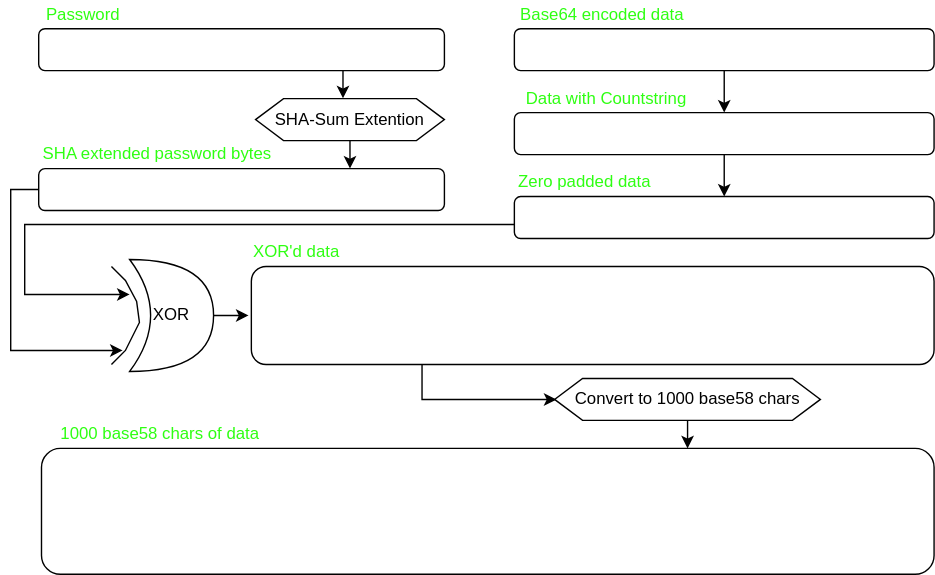
lenron/trustnet keeps this draw.io diagram as aes256cbc/obf_1_encrypt_flowchart.drawio.svg. Above is the earlier version. Source tidied: cells renumbered, new cells last; positions are measured from the earlier drawing's top-left corner, leaving out a move shared by most shapes. Its diagram source:
```xml
<mxGraphModel>
  <root>
    <mxCell id="0" />
    <mxCell id="1" parent="0" />
    <mxCell id="2" style="rounded=1;whiteSpace=wrap;html=1;" parent="1" vertex="1">
      <mxGeometry x="20" y="20" width="290" height="30" as="geometry" />
    </mxCell>
    <mxCell id="3" value="&lt;font style=&quot;color: light-dark(rgb(46, 255, 18), rgb(46, 255, 18));&quot;&gt;Password&lt;/font&gt;" style="text;html=1;align=center;verticalAlign=middle;whiteSpace=wrap;rounded=0;" parent="1" vertex="1">
      <mxGeometry x="22" width="60" height="20" as="geometry" />
    </mxCell>
    <mxCell id="4" value="&lt;font style=&quot;color: light-dark(rgb(46, 255, 18), rgb(46, 255, 18));&quot;&gt;SHA extended password bytes&lt;/font&gt;" style="text;html=1;align=center;verticalAlign=middle;whiteSpace=wrap;rounded=0;" parent="1" vertex="1">
      <mxGeometry x="20" y="100" width="170" height="20" as="geometry" />
    </mxCell>
    <mxCell id="5" style="edgeStyle=orthogonalEdgeStyle;rounded=0;jettySize=auto;html=1;" parent="1" edge="1" source="6">
      <mxGeometry relative="1" as="geometry">
        <mxPoint x="80" y="250" as="targetPoint" />
        <Array as="points">
          <mxPoint y="135" />
        </Array>
      </mxGeometry>
    </mxCell>
    <mxCell id="6" style="rounded=1;whiteSpace=wrap;html=1;" parent="1" vertex="1">
      <mxGeometry x="20" y="120" width="290" height="30" as="geometry" />
    </mxCell>
    <mxCell id="7" style="edgeStyle=orthogonalEdgeStyle;rounded=0;jettySize=auto;html=1;" parent="1" edge="1" source="8">
      <mxGeometry relative="1" as="geometry">
        <mxPoint x="170" y="225" as="targetPoint" />
      </mxGeometry>
    </mxCell>
    <mxCell id="8" value="XOR" style="shape=xor;whiteSpace=wrap;html=1;" parent="1" vertex="1">
      <mxGeometry x="85" y="185" width="60" height="80" as="geometry" />
    </mxCell>
    <mxCell id="9" style="endArrow=none;html=1;rounded=0;" parent="1" edge="1">
      <mxGeometry relative="1" as="geometry">
        <mxPoint x="72" y="260" as="sourcePoint" />
        <mxPoint x="72" y="190" as="targetPoint" />
        <Array as="points">
          <mxPoint x="82" y="250" />
          <mxPoint x="92" y="230" />
          <mxPoint x="90" y="215" />
          <mxPoint x="82" y="200" />
        </Array>
      </mxGeometry>
    </mxCell>
    <mxCell id="10" value="SHA-Sum Extention" style="shape=hexagon;perimeter=hexagonPerimeter2;whiteSpace=wrap;html=1;fixedSize=1;" parent="1" vertex="1">
      <mxGeometry x="175" y="70" width="135" height="30" as="geometry" />
    </mxCell>
    <mxCell id="11" style="edgeStyle=orthogonalEdgeStyle;rounded=0;jettySize=auto;html=1;entryX=0.768;entryY=0.009;entryDx=0;entryDy=0;entryPerimeter=0;" parent="1" edge="1" source="10" target="6">
      <mxGeometry relative="1" as="geometry" />
    </mxCell>
    <mxCell id="12" style="edgeStyle=orthogonalEdgeStyle;rounded=0;jettySize=auto;html=1;entryX=0.5;entryY=0;entryDx=0;entryDy=0;" parent="1" edge="1" source="13" target="16">
      <mxGeometry relative="1" as="geometry" />
    </mxCell>
    <mxCell id="13" style="rounded=1;whiteSpace=wrap;html=1;" parent="1" vertex="1">
      <mxGeometry x="360" y="20" width="300" height="30" as="geometry" />
    </mxCell>
    <mxCell id="14" value="&lt;font style=&quot;color: light-dark(rgb(46, 255, 18), rgb(46, 255, 18));&quot;&gt;Base64 encoded data&lt;/font&gt;" style="text;html=1;align=center;verticalAlign=middle;whiteSpace=wrap;rounded=0;" parent="1" vertex="1">
      <mxGeometry x="360" width="125.5" height="20" as="geometry" />
    </mxCell>
    <mxCell id="15" style="edgeStyle=orthogonalEdgeStyle;rounded=0;jettySize=auto;html=1;entryX=0.5;entryY=0;entryDx=0;entryDy=0;" parent="1" edge="1" source="16" target="19">
      <mxGeometry relative="1" as="geometry" />
    </mxCell>
    <mxCell id="16" style="rounded=1;whiteSpace=wrap;html=1;" parent="1" vertex="1">
      <mxGeometry x="360" y="80" width="300" height="30" as="geometry" />
    </mxCell>
    <mxCell id="17" value="&lt;font style=&quot;color: light-dark(rgb(46, 255, 18), rgb(46, 255, 18));&quot;&gt;Data with Countstring&lt;/font&gt;" style="text;html=1;align=center;verticalAlign=middle;whiteSpace=wrap;rounded=0;" parent="1" vertex="1">
      <mxGeometry x="362.5" y="60" width="125.5" height="20" as="geometry" />
    </mxCell>
    <mxCell id="18" style="edgeStyle=orthogonalEdgeStyle;rounded=0;jettySize=auto;html=1;" parent="1" edge="1" source="19" target="8">
      <mxGeometry relative="1" as="geometry">
        <Array as="points">
          <mxPoint x="10" y="160" />
          <mxPoint x="10" y="210" />
        </Array>
      </mxGeometry>
    </mxCell>
    <mxCell id="19" style="rounded=1;whiteSpace=wrap;html=1;" parent="1" vertex="1">
      <mxGeometry x="360" y="140" width="300" height="30" as="geometry" />
    </mxCell>
    <mxCell id="20" value="&lt;font style=&quot;color: light-dark(rgb(46, 255, 18), rgb(46, 255, 18));&quot;&gt;Zero padded data&lt;/font&gt;" style="text;html=1;align=center;verticalAlign=middle;whiteSpace=wrap;rounded=0;" parent="1" vertex="1">
      <mxGeometry x="361.2" y="120" width="98.8" height="20" as="geometry" />
    </mxCell>
    <mxCell id="21" style="edgeStyle=orthogonalEdgeStyle;rounded=0;jettySize=auto;html=1;exitX=0.75;exitY=1;exitDx=0;exitDy=0;entryX=0.463;entryY=-0.007;entryDx=0;entryDy=0;entryPerimeter=0;" parent="1" edge="1" source="2" target="10">
      <mxGeometry relative="1" as="geometry" />
    </mxCell>
    <mxCell id="22" style="edgeStyle=orthogonalEdgeStyle;rounded=0;jettySize=auto;html=1;exitX=0.25;exitY=1;exitDx=0;exitDy=0;entryX=0.007;entryY=0.502;entryDx=0;entryDy=0;entryPerimeter=0;" parent="1" edge="1" source="23" target="25">
      <mxGeometry relative="1" as="geometry">
        <Array as="points">
          <mxPoint x="294" y="285" />
        </Array>
      </mxGeometry>
    </mxCell>
    <mxCell id="23" style="rounded=1;whiteSpace=wrap;html=1;" parent="1" vertex="1">
      <mxGeometry x="172" y="190" width="488" height="70" as="geometry" />
    </mxCell>
    <mxCell id="24" value="&lt;font style=&quot;color: light-dark(rgb(46, 255, 18), rgb(46, 255, 18));&quot;&gt;XOR'd data&lt;/font&gt;" style="text;html=1;align=center;verticalAlign=middle;whiteSpace=wrap;rounded=0;" parent="1" vertex="1">
      <mxGeometry x="172" y="170" width="65" height="20" as="geometry" />
    </mxCell>
    <mxCell id="25" value="Convert to 1000 base58 chars" style="shape=hexagon;perimeter=hexagonPerimeter2;whiteSpace=wrap;html=1;fixedSize=1;" parent="1" vertex="1">
      <mxGeometry x="388.8" y="270" width="190" height="30" as="geometry" />
    </mxCell>
    <mxCell id="26" style="rounded=1;whiteSpace=wrap;html=1;" parent="1" vertex="1">
      <mxGeometry x="22" y="320" width="638" height="90" as="geometry" />
    </mxCell>
    <mxCell id="27" style="edgeStyle=orthogonalEdgeStyle;rounded=0;jettySize=auto;html=1;entryX=0.724;entryY=0;entryDx=0;entryDy=0;entryPerimeter=0;" parent="1" edge="1" source="25" target="26">
      <mxGeometry relative="1" as="geometry" />
    </mxCell>
    <mxCell id="28" value="&lt;font style=&quot;color: light-dark(rgb(46, 255, 18), rgb(46, 255, 18));&quot;&gt;1000 base58 chars of data&lt;/font&gt;" style="text;html=1;align=center;verticalAlign=middle;whiteSpace=wrap;rounded=0;" parent="1" vertex="1">
      <mxGeometry x="32.5" y="300" width="147.5" height="20" as="geometry" />
    </mxCell>
  </root>
</mxGraphModel>
```
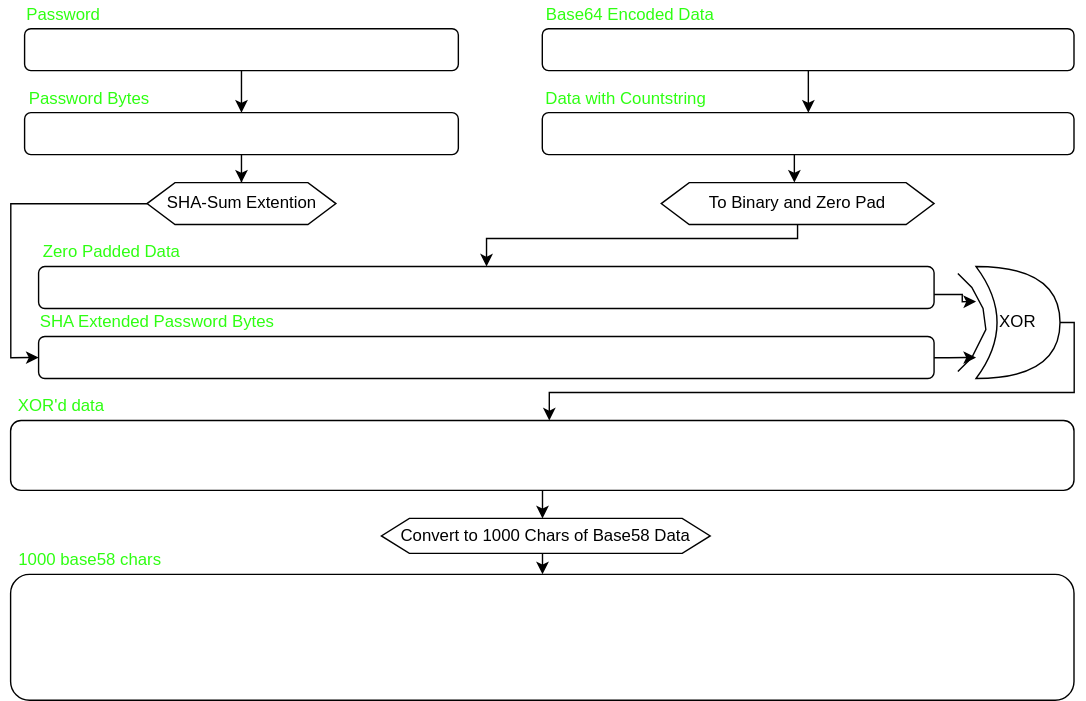
After the commit.

Commit message:
Redesigned flowchart for obf1 enc + dec. Added input boxes to OpenSSL Decrypt.

Diff of the diagram source:
```diff
@@ -2,111 +2,154 @@
   <root>
     <mxCell id="0" />
     <mxCell id="1" parent="0" />
+    <mxCell id="29" style="edgeStyle=orthogonalEdgeStyle;rounded=0;jettySize=auto;html=1;entryX=0.5;entryY=0;entryDx=0;entryDy=0;" parent="1" edge="1" source="2" target="39">
+      <mxGeometry relative="1" as="geometry" />
+    </mxCell>
     <mxCell id="2" style="rounded=1;whiteSpace=wrap;html=1;" parent="1" vertex="1">
-      <mxGeometry x="20" y="20" width="290" height="30" as="geometry" />
+      <mxGeometry x="-970" width="310" height="30" as="geometry" />
     </mxCell>
     <mxCell id="3" value="&lt;font style=&quot;color: light-dark(rgb(46, 255, 18), rgb(46, 255, 18));&quot;&gt;Password&lt;/font&gt;" style="text;html=1;align=center;verticalAlign=middle;whiteSpace=wrap;rounded=0;" parent="1" vertex="1">
-      <mxGeometry x="22" width="60" height="20" as="geometry" />
+      <mxGeometry x="-972" y="-20" width="60" height="20" as="geometry" />
     </mxCell>
-    <mxCell id="4" value="&lt;font style=&quot;color: light-dark(rgb(46, 255, 18), rgb(46, 255, 18));&quot;&gt;SHA extended password bytes&lt;/font&gt;" style="text;html=1;align=center;verticalAlign=middle;whiteSpace=wrap;rounded=0;" parent="1" vertex="1">
-      <mxGeometry x="20" y="100" width="170" height="20" as="geometry" />
+    <mxCell id="4" value="&lt;font style=&quot;color: light-dark(rgb(46, 255, 18), rgb(46, 255, 18));&quot;&gt;SHA Extended Password Bytes&lt;/font&gt;" style="text;html=1;align=center;verticalAlign=middle;whiteSpace=wrap;rounded=0;" parent="1" vertex="1">
+      <mxGeometry x="-960" y="200" width="170" height="20" as="geometry" />
     </mxCell>
-    <mxCell id="5" style="edgeStyle=orthogonalEdgeStyle;rounded=0;jettySize=auto;html=1;" parent="1" edge="1" source="6">
-      <mxGeometry relative="1" as="geometry">
-        <mxPoint x="80" y="250" as="targetPoint" />
-        <Array as="points">
-          <mxPoint y="135" />
-        </Array>
-      </mxGeometry>
-    </mxCell>
-    <mxCell id="6" style="rounded=1;whiteSpace=wrap;html=1;" parent="1" vertex="1">
-      <mxGeometry x="20" y="120" width="290" height="30" as="geometry" />
-    </mxCell>
-    <mxCell id="7" style="edgeStyle=orthogonalEdgeStyle;rounded=0;jettySize=auto;html=1;" parent="1" edge="1" source="8">
-      <mxGeometry relative="1" as="geometry">
-        <mxPoint x="170" y="225" as="targetPoint" />
-      </mxGeometry>
-    </mxCell>
+    <mxCell id="30" style="edgeStyle=orthogonalEdgeStyle;rounded=0;jettySize=auto;html=1;entryX=0.506;entryY=-0.011;entryDx=0;entryDy=0;exitX=1;exitY=0.5;exitDx=0;exitDy=0;exitPerimeter=0;entryPerimeter=0;" parent="1" edge="1" source="8" target="33">
+      <mxGeometry relative="1" as="geometry">
+        <Array as="points">
+          <mxPoint x="-220" y="210" />
+          <mxPoint x="-220" y="260" />
+          <mxPoint x="-595" y="260" />
+          <mxPoint x="-595" y="280" />
+          <mxPoint x="-595" y="280" />
+        </Array>
+      </mxGeometry>
+    </mxCell>
     <mxCell id="8" value="XOR" style="shape=xor;whiteSpace=wrap;html=1;" parent="1" vertex="1">
-      <mxGeometry x="85" y="185" width="60" height="80" as="geometry" />
+      <mxGeometry x="-290" y="170" width="60" height="80" as="geometry" />
     </mxCell>
     <mxCell id="9" style="endArrow=none;html=1;rounded=0;" parent="1" edge="1">
       <mxGeometry relative="1" as="geometry">
-        <mxPoint x="72" y="260" as="sourcePoint" />
-        <mxPoint x="72" y="190" as="targetPoint" />
+        <mxPoint x="-303" y="245" as="sourcePoint" />
+        <mxPoint x="-303" y="175" as="targetPoint" />
         <Array as="points">
-          <mxPoint x="82" y="250" />
-          <mxPoint x="92" y="230" />
-          <mxPoint x="90" y="215" />
-          <mxPoint x="82" y="200" />
+          <mxPoint x="-293" y="235" />
+          <mxPoint x="-283" y="215" />
+          <mxPoint x="-285" y="200" />
+          <mxPoint x="-293" y="185" />
         </Array>
       </mxGeometry>
     </mxCell>
-    <mxCell id="10" value="SHA-Sum Extention" style="shape=hexagon;perimeter=hexagonPerimeter2;whiteSpace=wrap;html=1;fixedSize=1;" parent="1" vertex="1">
-      <mxGeometry x="175" y="70" width="135" height="30" as="geometry" />
-    </mxCell>
-    <mxCell id="11" style="edgeStyle=orthogonalEdgeStyle;rounded=0;jettySize=auto;html=1;entryX=0.768;entryY=0.009;entryDx=0;entryDy=0;entryPerimeter=0;" parent="1" edge="1" source="10" target="6">
-      <mxGeometry relative="1" as="geometry" />
-    </mxCell>
-    <mxCell id="12" style="edgeStyle=orthogonalEdgeStyle;rounded=0;jettySize=auto;html=1;entryX=0.5;entryY=0;entryDx=0;entryDy=0;" parent="1" edge="1" source="13" target="16">
+    <mxCell id="12" style="edgeStyle=orthogonalEdgeStyle;rounded=0;jettySize=auto;html=1;" parent="1" edge="1" source="13" target="16">
       <mxGeometry relative="1" as="geometry" />
     </mxCell>
     <mxCell id="13" style="rounded=1;whiteSpace=wrap;html=1;" parent="1" vertex="1">
-      <mxGeometry x="360" y="20" width="300" height="30" as="geometry" />
+      <mxGeometry x="-600" width="380" height="30" as="geometry" />
     </mxCell>
-    <mxCell id="14" value="&lt;font style=&quot;color: light-dark(rgb(46, 255, 18), rgb(46, 255, 18));&quot;&gt;Base64 encoded data&lt;/font&gt;" style="text;html=1;align=center;verticalAlign=middle;whiteSpace=wrap;rounded=0;" parent="1" vertex="1">
-      <mxGeometry x="360" width="125.5" height="20" as="geometry" />
+    <mxCell id="14" value="&lt;font style=&quot;color: light-dark(rgb(46, 255, 18), rgb(46, 255, 18));&quot;&gt;Base64 Encoded Data&lt;/font&gt;" style="text;html=1;align=center;verticalAlign=middle;whiteSpace=wrap;rounded=0;" parent="1" vertex="1">
+      <mxGeometry x="-600" y="-20" width="125.5" height="20" as="geometry" />
     </mxCell>
-    <mxCell id="15" style="edgeStyle=orthogonalEdgeStyle;rounded=0;jettySize=auto;html=1;entryX=0.5;entryY=0;entryDx=0;entryDy=0;" parent="1" edge="1" source="16" target="19">
-      <mxGeometry relative="1" as="geometry" />
-    </mxCell>
+    <mxCell id="31" style="edgeStyle=orthogonalEdgeStyle;rounded=0;jettySize=auto;html=1;" parent="1" edge="1" source="16" target="44">
+      <mxGeometry relative="1" as="geometry">
+        <Array as="points">
+          <mxPoint x="-420" y="100" />
+          <mxPoint x="-420" y="100" />
+        </Array>
+      </mxGeometry>
+    </mxCell>
     <mxCell id="16" style="rounded=1;whiteSpace=wrap;html=1;" parent="1" vertex="1">
-      <mxGeometry x="360" y="80" width="300" height="30" as="geometry" />
+      <mxGeometry x="-600" y="60" width="380" height="30" as="geometry" />
     </mxCell>
     <mxCell id="17" value="&lt;font style=&quot;color: light-dark(rgb(46, 255, 18), rgb(46, 255, 18));&quot;&gt;Data with Countstring&lt;/font&gt;" style="text;html=1;align=center;verticalAlign=middle;whiteSpace=wrap;rounded=0;" parent="1" vertex="1">
-      <mxGeometry x="362.5" y="60" width="125.5" height="20" as="geometry" />
+      <mxGeometry x="-600" y="40" width="120" height="20" as="geometry" />
     </mxCell>
-    <mxCell id="18" style="edgeStyle=orthogonalEdgeStyle;rounded=0;jettySize=auto;html=1;" parent="1" edge="1" source="19" target="8">
-      <mxGeometry relative="1" as="geometry">
-        <Array as="points">
-          <mxPoint x="10" y="160" />
-          <mxPoint x="10" y="210" />
-        </Array>
-      </mxGeometry>
-    </mxCell>
-    <mxCell id="19" style="rounded=1;whiteSpace=wrap;html=1;" parent="1" vertex="1">
-      <mxGeometry x="360" y="140" width="300" height="30" as="geometry" />
-    </mxCell>
-    <mxCell id="20" value="&lt;font style=&quot;color: light-dark(rgb(46, 255, 18), rgb(46, 255, 18));&quot;&gt;Zero padded data&lt;/font&gt;" style="text;html=1;align=center;verticalAlign=middle;whiteSpace=wrap;rounded=0;" parent="1" vertex="1">
-      <mxGeometry x="361.2" y="120" width="98.8" height="20" as="geometry" />
+    <mxCell id="20" value="&lt;font style=&quot;color: light-dark(rgb(46, 255, 18), rgb(46, 255, 18));&quot;&gt;Zero Padded Data&lt;/font&gt;" style="text;html=1;align=center;verticalAlign=middle;whiteSpace=wrap;rounded=0;" parent="1" vertex="1">
+      <mxGeometry x="-960" y="150" width="105" height="20" as="geometry" />
     </mxCell>
-    <mxCell id="21" style="edgeStyle=orthogonalEdgeStyle;rounded=0;jettySize=auto;html=1;exitX=0.75;exitY=1;exitDx=0;exitDy=0;entryX=0.463;entryY=-0.007;entryDx=0;entryDy=0;entryPerimeter=0;" parent="1" edge="1" source="2" target="10">
-      <mxGeometry relative="1" as="geometry" />
-    </mxCell>
-    <mxCell id="22" style="edgeStyle=orthogonalEdgeStyle;rounded=0;jettySize=auto;html=1;exitX=0.25;exitY=1;exitDx=0;exitDy=0;entryX=0.007;entryY=0.502;entryDx=0;entryDy=0;entryPerimeter=0;" parent="1" edge="1" source="23" target="25">
-      <mxGeometry relative="1" as="geometry">
-        <Array as="points">
-          <mxPoint x="294" y="285" />
-        </Array>
-      </mxGeometry>
-    </mxCell>
-    <mxCell id="23" style="rounded=1;whiteSpace=wrap;html=1;" parent="1" vertex="1">
-      <mxGeometry x="172" y="190" width="488" height="70" as="geometry" />
-    </mxCell>
     <mxCell id="24" value="&lt;font style=&quot;color: light-dark(rgb(46, 255, 18), rgb(46, 255, 18));&quot;&gt;XOR'd data&lt;/font&gt;" style="text;html=1;align=center;verticalAlign=middle;whiteSpace=wrap;rounded=0;" parent="1" vertex="1">
-      <mxGeometry x="172" y="170" width="65" height="20" as="geometry" />
+      <mxGeometry x="-976" y="260" width="65" height="20" as="geometry" />
     </mxCell>
-    <mxCell id="25" value="Convert to 1000 base58 chars" style="shape=hexagon;perimeter=hexagonPerimeter2;whiteSpace=wrap;html=1;fixedSize=1;" parent="1" vertex="1">
-      <mxGeometry x="388.8" y="270" width="190" height="30" as="geometry" />
-    </mxCell>
     <mxCell id="26" style="rounded=1;whiteSpace=wrap;html=1;" parent="1" vertex="1">
-      <mxGeometry x="22" y="320" width="638" height="90" as="geometry" />
+      <mxGeometry x="-980" y="390" width="760" height="90" as="geometry" />
     </mxCell>
-    <mxCell id="27" style="edgeStyle=orthogonalEdgeStyle;rounded=0;jettySize=auto;html=1;entryX=0.724;entryY=0;entryDx=0;entryDy=0;entryPerimeter=0;" parent="1" edge="1" source="25" target="26">
-      <mxGeometry relative="1" as="geometry" />
-    </mxCell>
     <mxCell id="28" value="&lt;font style=&quot;color: light-dark(rgb(46, 255, 18), rgb(46, 255, 18));&quot;&gt;1000 base58 chars of data&lt;/font&gt;" style="text;html=1;align=center;verticalAlign=middle;whiteSpace=wrap;rounded=0;" parent="1" vertex="1">
-      <mxGeometry x="32.5" y="300" width="147.5" height="20" as="geometry" />
+      <mxGeometry x="-967.5" y="290" width="147.5" height="20" as="geometry" />
     </mxCell>
+    <mxCell id="32" style="edgeStyle=orthogonalEdgeStyle;rounded=0;jettySize=auto;html=1;" parent="1" edge="1" source="33" target="46">
+      <mxGeometry relative="1" as="geometry">
+        <Array as="points">
+          <mxPoint x="-600" y="340" />
+          <mxPoint x="-600" y="340" />
+        </Array>
+      </mxGeometry>
+    </mxCell>
+    <mxCell id="33" style="rounded=1;whiteSpace=wrap;html=1;" parent="1" vertex="1">
+      <mxGeometry x="-980" y="280" width="760" height="50" as="geometry" />
+    </mxCell>
+    <mxCell id="34" style="edgeStyle=orthogonalEdgeStyle;rounded=0;jettySize=auto;html=1;" parent="1" edge="1" source="35">
+      <mxGeometry relative="1" as="geometry">
+        <mxPoint x="-290" y="235" as="targetPoint" />
+      </mxGeometry>
+    </mxCell>
+    <mxCell id="35" style="rounded=1;whiteSpace=wrap;html=1;" parent="1" vertex="1">
+      <mxGeometry x="-960" y="220" width="640" height="30" as="geometry" />
+    </mxCell>
+    <mxCell id="36" style="edgeStyle=orthogonalEdgeStyle;rounded=0;jettySize=auto;html=1;" parent="1" edge="1" source="37">
+      <mxGeometry relative="1" as="geometry">
+        <mxPoint x="-290" y="195" as="targetPoint" />
+        <Array as="points">
+          <mxPoint x="-300" y="190" />
+          <mxPoint x="-300" y="195" />
+        </Array>
+      </mxGeometry>
+    </mxCell>
+    <mxCell id="37" style="rounded=1;whiteSpace=wrap;html=1;" parent="1" vertex="1">
+      <mxGeometry x="-960" y="170" width="640" height="30" as="geometry" />
+    </mxCell>
+    <mxCell id="38" style="edgeStyle=orthogonalEdgeStyle;rounded=0;jettySize=auto;html=1;" parent="1" edge="1" source="39" target="10">
+      <mxGeometry relative="1" as="geometry" />
+    </mxCell>
+    <mxCell id="39" style="rounded=1;whiteSpace=wrap;html=1;" parent="1" vertex="1">
+      <mxGeometry x="-970" y="60" width="310" height="30" as="geometry" />
+    </mxCell>
+    <mxCell id="40" value="&lt;font style=&quot;color: light-dark(rgb(46, 255, 18), rgb(46, 255, 18));&quot;&gt;Password Bytes&lt;/font&gt;" style="text;html=1;align=center;verticalAlign=middle;whiteSpace=wrap;rounded=0;" parent="1" vertex="1">
+      <mxGeometry x="-972" y="40" width="97" height="20" as="geometry" />
+    </mxCell>
+    <mxCell id="41" value="&lt;font style=&quot;color: light-dark(rgb(46, 255, 18), rgb(46, 255, 18));&quot;&gt;1000 base58 chars&lt;/font&gt;" style="text;html=1;align=center;verticalAlign=middle;whiteSpace=wrap;rounded=0;" parent="1" vertex="1">
+      <mxGeometry x="-976" y="370" width="106" height="20" as="geometry" />
+    </mxCell>
+    <mxCell id="42" style="edgeStyle=orthogonalEdgeStyle;rounded=0;jettySize=auto;html=1;entryX=0;entryY=0.5;entryDx=0;entryDy=0;" parent="1" edge="1" source="10" target="35">
+      <mxGeometry relative="1" as="geometry">
+        <Array as="points">
+          <mxPoint x="-980" y="125" />
+          <mxPoint x="-980" y="235" />
+        </Array>
+      </mxGeometry>
+    </mxCell>
+    <mxCell id="10" value="SHA-Sum Extention" style="shape=hexagon;perimeter=hexagonPerimeter2;whiteSpace=wrap;html=1;fixedSize=1;" parent="1" vertex="1">
+      <mxGeometry x="-882.5" y="110" width="135" height="30" as="geometry" />
+    </mxCell>
+    <mxCell id="43" style="edgeStyle=orthogonalEdgeStyle;rounded=0;jettySize=auto;html=1;" parent="1" edge="1" source="44" target="37">
+      <mxGeometry relative="1" as="geometry">
+        <Array as="points">
+          <mxPoint x="-418" y="150" />
+          <mxPoint x="-640" y="150" />
+        </Array>
+      </mxGeometry>
+    </mxCell>
+    <mxCell id="44" value="To Binary and Zero Pad" style="shape=hexagon;perimeter=hexagonPerimeter2;whiteSpace=wrap;html=1;fixedSize=1;" parent="1" vertex="1">
+      <mxGeometry x="-515" y="110" width="195" height="30" as="geometry" />
+    </mxCell>
+    <mxCell id="45" style="edgeStyle=orthogonalEdgeStyle;rounded=0;jettySize=auto;html=1;" parent="1" edge="1" source="46" target="26">
+      <mxGeometry relative="1" as="geometry">
+        <Array as="points">
+          <mxPoint x="-600" y="380" />
+          <mxPoint x="-600" y="380" />
+        </Array>
+      </mxGeometry>
+    </mxCell>
+    <mxCell id="46" value="Convert to 1000 Chars of Base58 Data" style="shape=hexagon;perimeter=hexagonPerimeter2;whiteSpace=wrap;html=1;fixedSize=1;" parent="1" vertex="1">
+      <mxGeometry x="-715" y="350" width="235" height="25" as="geometry" />
+    </mxCell>
   </root>
 </mxGraphModel>
```
